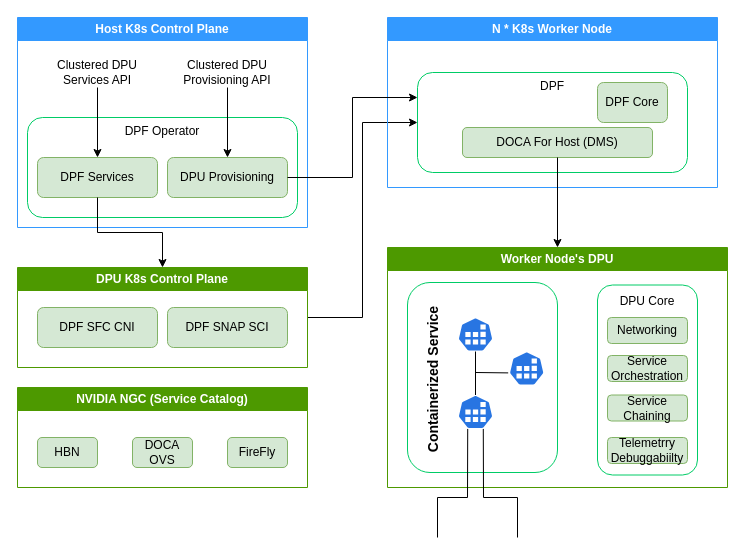
This is dpf.drawio from wpeng102/draw, a draw.io file, before an edit. Source tidied: cells renumbered, new cells numbered last; positions are measured from the earlier drawing's top-left corner, leaving out a move shared by most shapes. Both pictures are drawn from the tidied source at 100%, with x=0, y=0 at pixel (17, 17).
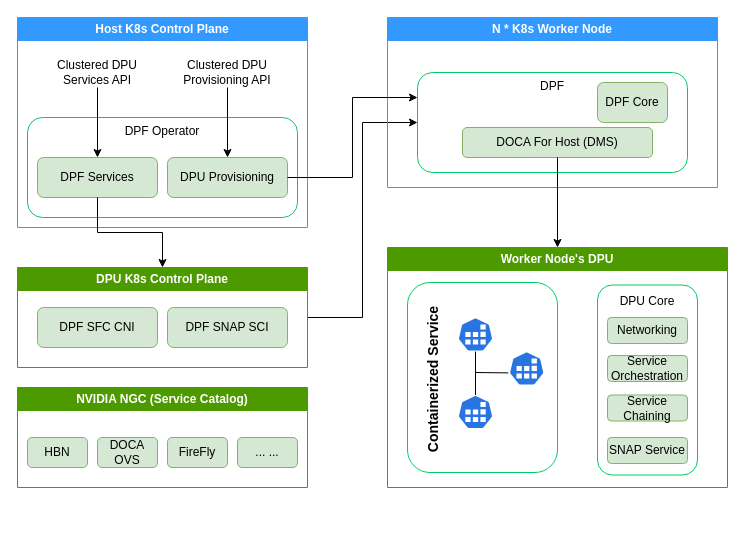
Above is the later version.

Unchanged cells that the change refers to:
```xml
<mxCell id="15" value="&lt;font style=&quot;color: rgb(255, 255, 255);&quot;&gt;NVIDIA NGC (Service Catalog)&lt;/font&gt;" style="swimlane;whiteSpace=wrap;html=1;fillColor=#4D9900;strokeColor=#4D9900;" parent="1" vertex="1">
  <mxGeometry y="370" width="290" height="100" as="geometry" />
</mxCell>
<mxCell id="24" value="&lt;font style=&quot;color: rgb(255, 255, 255);&quot;&gt;Worker Node's DPU&lt;/font&gt;" style="swimlane;whiteSpace=wrap;html=1;fillColor=#4D9900;strokeColor=#4D9900;" parent="1" vertex="1">
  <mxGeometry x="370" y="230" width="340" height="240" as="geometry" />
</mxCell>
<mxCell id="30" style="sketch=0;html=1;dashed=0;whitespace=wrap;verticalLabelPosition=bottom;verticalAlign=top;fillColor=#2875E2;strokeColor=#ffffff;points=[[0.005,0.63,0],[0.1,0.2,0],[0.9,0.2,0],[0.5,0,0],[0.995,0.63,0],[0.72,0.99,0],[0.5,1,0],[0.28,0.99,0]];shape=mxgraph.kubernetes.icon2;prIcon=job;" parent="24" vertex="1">
  <mxGeometry x="70.3" y="147.5" width="35.4" height="34" as="geometry" />
</mxCell>
```

The edit, as a diff of the source:
```diff
@@
     <mxCell id="16" value="HBN" style="rounded=1;whiteSpace=wrap;html=1;fillColor=#d5e8d4;strokeColor=#82b366;" parent="15" vertex="1">
-      <mxGeometry x="20" y="50" width="60" height="30" as="geometry" />
+      <mxGeometry x="10" y="50" width="60" height="30" as="geometry" />
     </mxCell>
     <mxCell id="17" value="DOCA OVS" style="rounded=1;whiteSpace=wrap;html=1;fillColor=#d5e8d4;strokeColor=#82b366;" parent="15" vertex="1">
-      <mxGeometry x="115" y="50" width="60" height="30" as="geometry" />
+      <mxGeometry x="80" y="50" width="60" height="30" as="geometry" />
     </mxCell>
     <mxCell id="18" value="FireFly" style="rounded=1;whiteSpace=wrap;html=1;fillColor=#d5e8d4;strokeColor=#82b366;" parent="15" vertex="1">
-      <mxGeometry x="210" y="50" width="60" height="30" as="geometry" />
+      <mxGeometry x="150" y="50" width="60" height="30" as="geometry" />
     </mxCell>
+    <mxCell id="40" value="... ..." style="rounded=1;whiteSpace=wrap;html=1;fillColor=#d5e8d4;strokeColor=#82b366;" parent="15" vertex="1">
+      <mxGeometry x="220" y="50" width="60" height="30" as="geometry" />
+    </mxCell>
@@
-    <mxCell id="28" style="edgeStyle=none;rounded=0;jettySize=auto;html=1;exitX=0.28;exitY=0.99;exitDx=0;exitDy=0;exitPerimeter=0;endArrow=none;startFill=0;" parent="24" edge="1" source="30">
-      <mxGeometry relative="1" as="geometry">
-        <mxPoint x="50" y="290" as="targetPoint" />
-        <Array as="points">
-          <mxPoint x="80" y="250" />
-          <mxPoint x="50" y="250" />
-        </Array>
-      </mxGeometry>
-    </mxCell>
-    <mxCell id="29" style="edgeStyle=none;rounded=0;jettySize=auto;html=1;exitX=0.72;exitY=0.99;exitDx=0;exitDy=0;exitPerimeter=0;endArrow=none;startFill=0;" parent="24" edge="1" source="30">
-      <mxGeometry relative="1" as="geometry">
-        <mxPoint x="130" y="290" as="targetPoint" />
-        <Array as="points">
-          <mxPoint x="96" y="250" />
-          <mxPoint x="130" y="250" />
-        </Array>
-      </mxGeometry>
-    </mxCell>
@@
-    <mxCell id="37" value="Telemetrry Debuggabiilty" style="rounded=1;whiteSpace=wrap;html=1;fillColor=#d5e8d4;strokeColor=#82b366;" parent="24" vertex="1">
+    <mxCell id="37" value="SNAP Service" style="rounded=1;whiteSpace=wrap;html=1;fillColor=#d5e8d4;strokeColor=#82b366;" parent="24" vertex="1">
       <mxGeometry x="220" y="190" width="80" height="26" as="geometry" />
     </mxCell>
```
